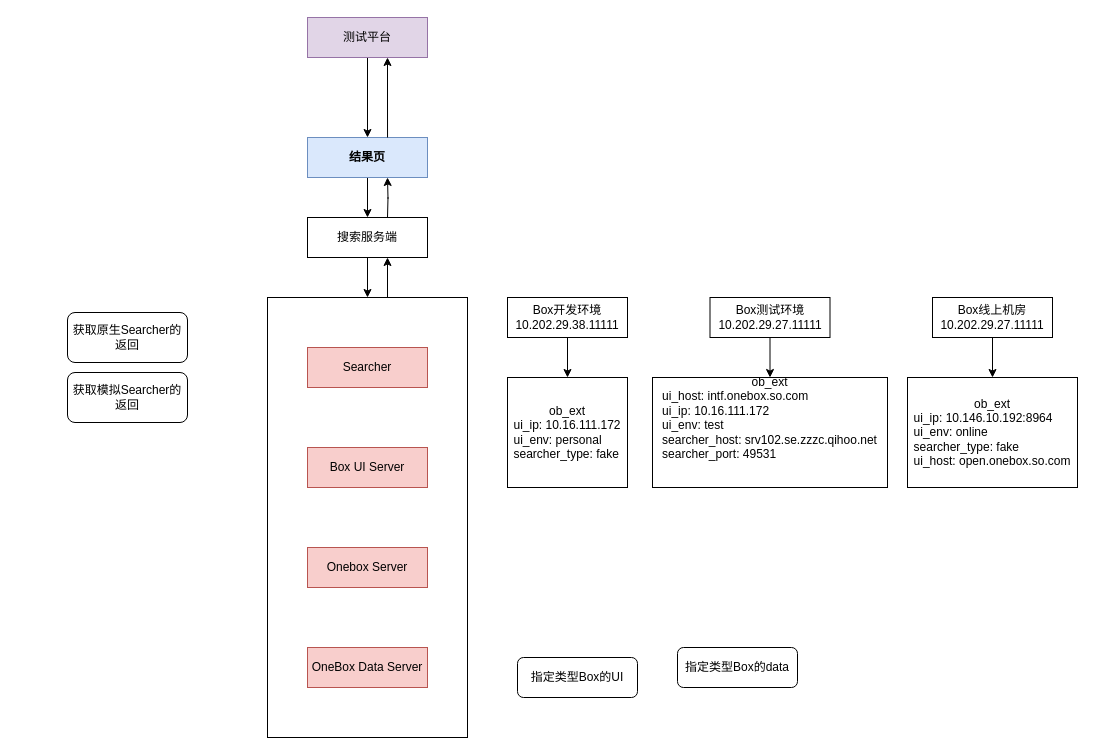
Earlier version of the draw.io diagram Untitled Diagram.drawio (hszy00232/digrams). Source tidied: cells renumbered, new cells numbered last; positions are measured from the earlier drawing's top-left corner, leaving out a move shared by most shapes. Both pictures are drawn from the tidied source at 100%, with x=0, y=0 at pixel (67, 17).
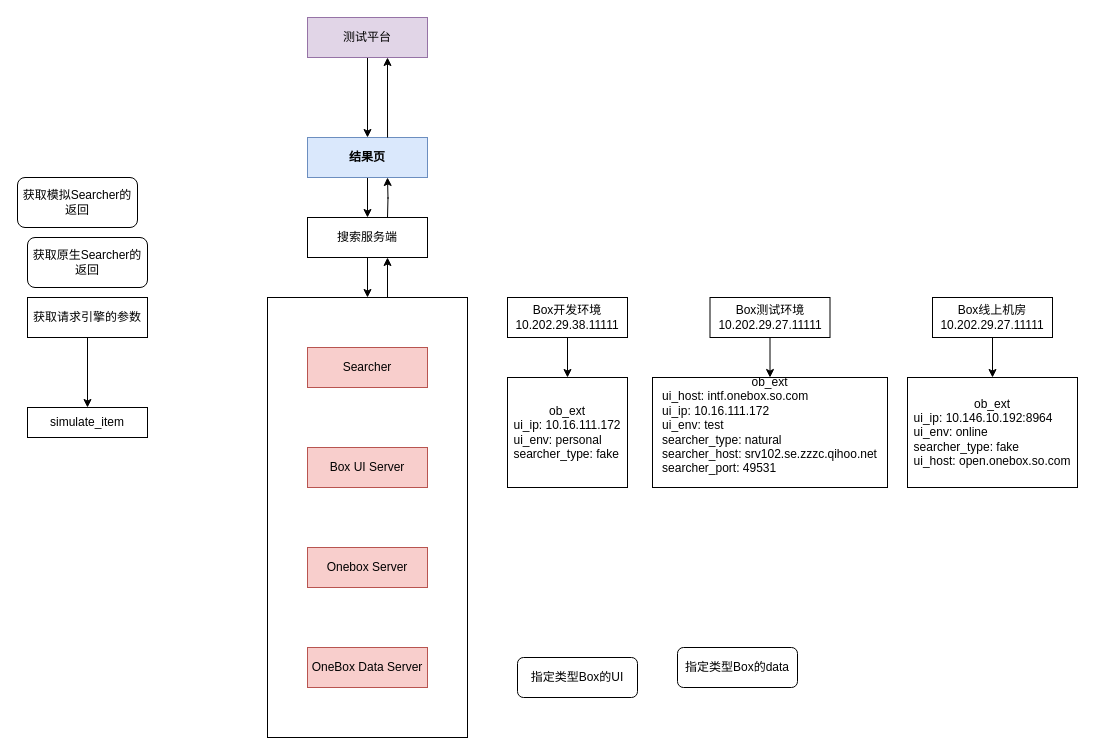
Above is the later version.

What changed in the source:
```diff
@@
     <mxCell id="10" value="获取原生Searcher的返回" style="rounded=1;whiteSpace=wrap;html=1;" parent="1" vertex="1">
-      <mxGeometry y="295" width="120" height="50" as="geometry" />
+      <mxGeometry x="-40" y="220" width="120" height="50" as="geometry" />
     </mxCell>
     <mxCell id="11" value="获取模拟Searcher的返回" style="rounded=1;whiteSpace=wrap;html=1;" parent="1" vertex="1">
-      <mxGeometry y="355" width="120" height="50" as="geometry" />
+      <mxGeometry x="-50" y="160" width="120" height="50" as="geometry" />
     </mxCell>
@@
-    <mxCell id="25" value="ob_ext&lt;br&gt;&lt;div style=&quot;text-align: left;&quot;&gt;&lt;span style=&quot;background-color: initial;&quot;&gt;ui_host: intf.onebox.so.com&lt;/span&gt;&lt;/div&gt;&lt;div style=&quot;text-align: left;&quot;&gt;&lt;span style=&quot;background-color: initial;&quot;&gt;ui_ip: 10.16.111.172&lt;/span&gt;&lt;/div&gt;&lt;div style=&quot;text-align: left;&quot;&gt;&lt;span style=&quot;background-color: initial;&quot;&gt;ui_env: test&lt;/span&gt;&lt;/div&gt;&lt;div style=&quot;text-align: left;&quot;&gt;&lt;span style=&quot;background-color: initial;&quot;&gt;searcher_host: srv102.se.zzzc.qihoo.net&lt;/span&gt;&lt;/div&gt;&lt;div style=&quot;text-align: left;&quot;&gt;&lt;span style=&quot;background-color: initial;&quot;&gt;searcher_port: 49531&lt;/span&gt;&lt;/div&gt;&lt;div style=&quot;text-align: left;&quot;&gt;&lt;span style=&quot;background-color: initial;&quot;&gt;&lt;br&gt;&lt;/span&gt;&lt;/div&gt;&lt;div style=&quot;text-align: left;&quot;&gt;&lt;span style=&quot;background-color: initial;&quot;&gt;&lt;br&gt;&lt;/span&gt;&lt;/div&gt;" style="whiteSpace=wrap;html=1;rounded=0;" parent="1" vertex="1">
+    <mxCell id="25" value="ob_ext&lt;br&gt;&lt;div style=&quot;text-align: left;&quot;&gt;&lt;span style=&quot;background-color: initial;&quot;&gt;ui_host: intf.onebox.so.com&lt;/span&gt;&lt;/div&gt;&lt;div style=&quot;text-align: left;&quot;&gt;&lt;span style=&quot;background-color: initial;&quot;&gt;ui_ip: 10.16.111.172&lt;/span&gt;&lt;/div&gt;&lt;div style=&quot;text-align: left;&quot;&gt;&lt;span style=&quot;background-color: initial;&quot;&gt;ui_env: test&lt;/span&gt;&lt;/div&gt;&lt;div style=&quot;text-align: left;&quot;&gt;&lt;span style=&quot;background-color: initial;&quot;&gt;searcher_type: natural&lt;/span&gt;&lt;/div&gt;&lt;div style=&quot;text-align: left;&quot;&gt;&lt;span style=&quot;background-color: initial;&quot;&gt;searcher_host: srv102.se.zzzc.qihoo.net&lt;/span&gt;&lt;/div&gt;&lt;div style=&quot;text-align: left;&quot;&gt;&lt;span style=&quot;background-color: initial;&quot;&gt;searcher_port: 49531&lt;/span&gt;&lt;/div&gt;&lt;div style=&quot;text-align: left;&quot;&gt;&lt;span style=&quot;background-color: initial;&quot;&gt;&lt;br&gt;&lt;/span&gt;&lt;/div&gt;" style="whiteSpace=wrap;html=1;rounded=0;" parent="1" vertex="1">
       <mxGeometry x="585" y="360" width="235" height="110" as="geometry" />
     </mxCell>
@@
+    <mxCell id="29" style="edgeStyle=orthogonalEdgeStyle;rounded=0;jettySize=auto;html=1;" parent="1" edge="1" source="30" target="31">
+      <mxGeometry relative="1" as="geometry" />
+    </mxCell>
+    <mxCell id="30" value="获取请求引擎的参数" style="rounded=0;whiteSpace=wrap;html=1;" parent="1" vertex="1">
+      <mxGeometry x="-40" y="280" width="120" height="40" as="geometry" />
+    </mxCell>
+    <mxCell id="31" value="simulate_item" style="whiteSpace=wrap;html=1;rounded=0;" parent="1" vertex="1">
+      <mxGeometry x="-40" y="390" width="120" height="30" as="geometry" />
+    </mxCell>
```
